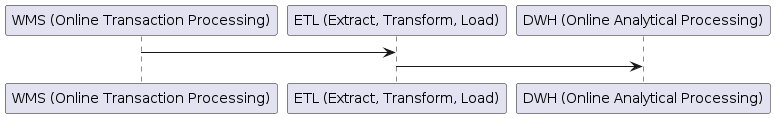
The PlantUML diagram diagrams/oltp_to_olap.png in blro-ep/ITCNE23-SEM-III, before a commit.
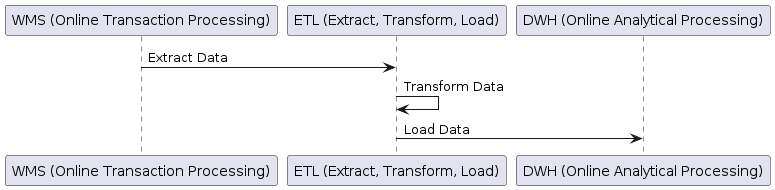
After the commit.

Diff of the diagram source:
```diff
@@ -3,6 +3,7 @@
 participant "ETL (Extract, Transform, Load)" as ETL
 participant "DWH (Online Analytical Processing)" as DWH
 
-WMS -> ETL:
-ETL -> DWH:
+WMS -> ETL: Extract Data
+ETL -> ETL: Transform Data
+ETL -> DWH: Load Data
 @enduml
```
